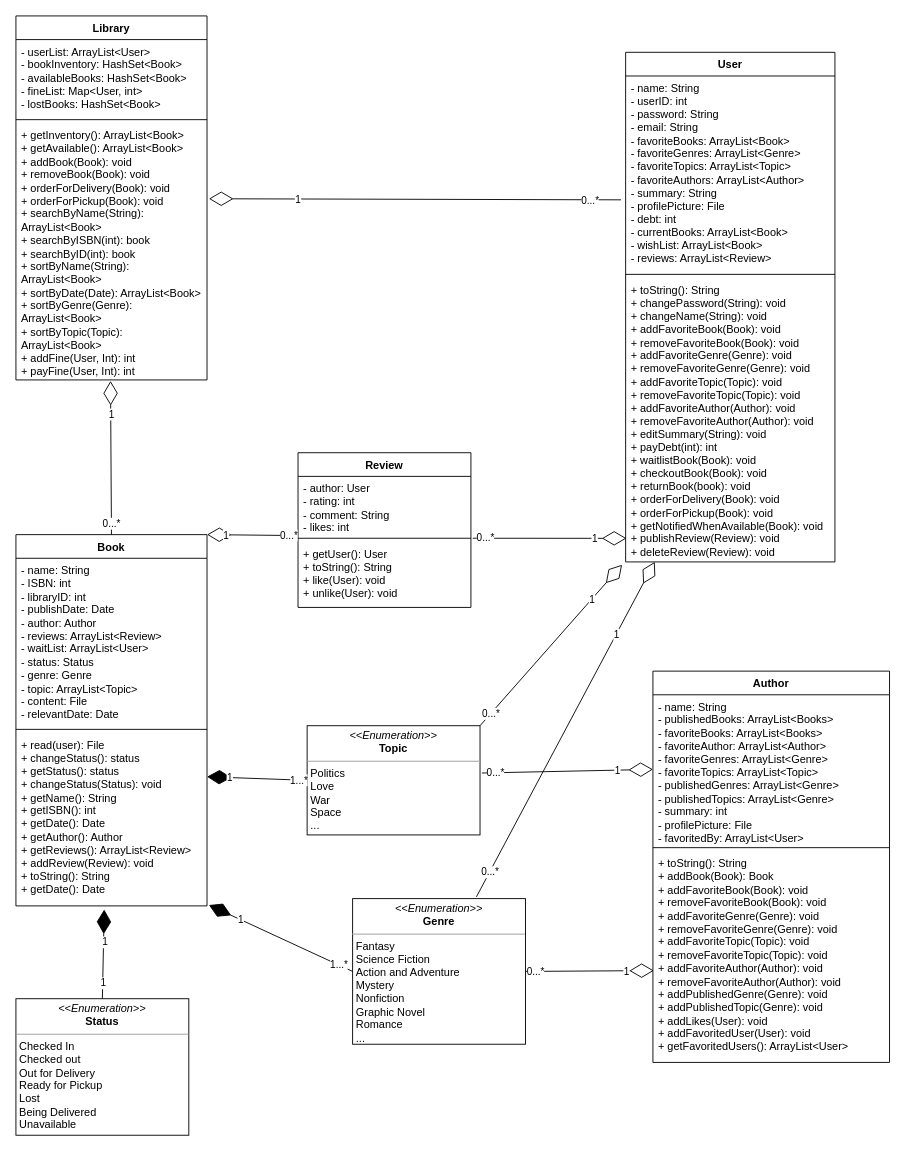
Above: diagrams/LibraryClassDiagram.drawio in talalzeini/CS151-Library-Management-System (draw.io), before the change. Source tidied: cells renumbered, new cells numbered last; positions are measured from the earlier drawing's top-left corner, leaving out a move shared by most shapes. Both pictures are drawn from the tidied source at 91%, with x=0, y=0 at pixel (15, 15).
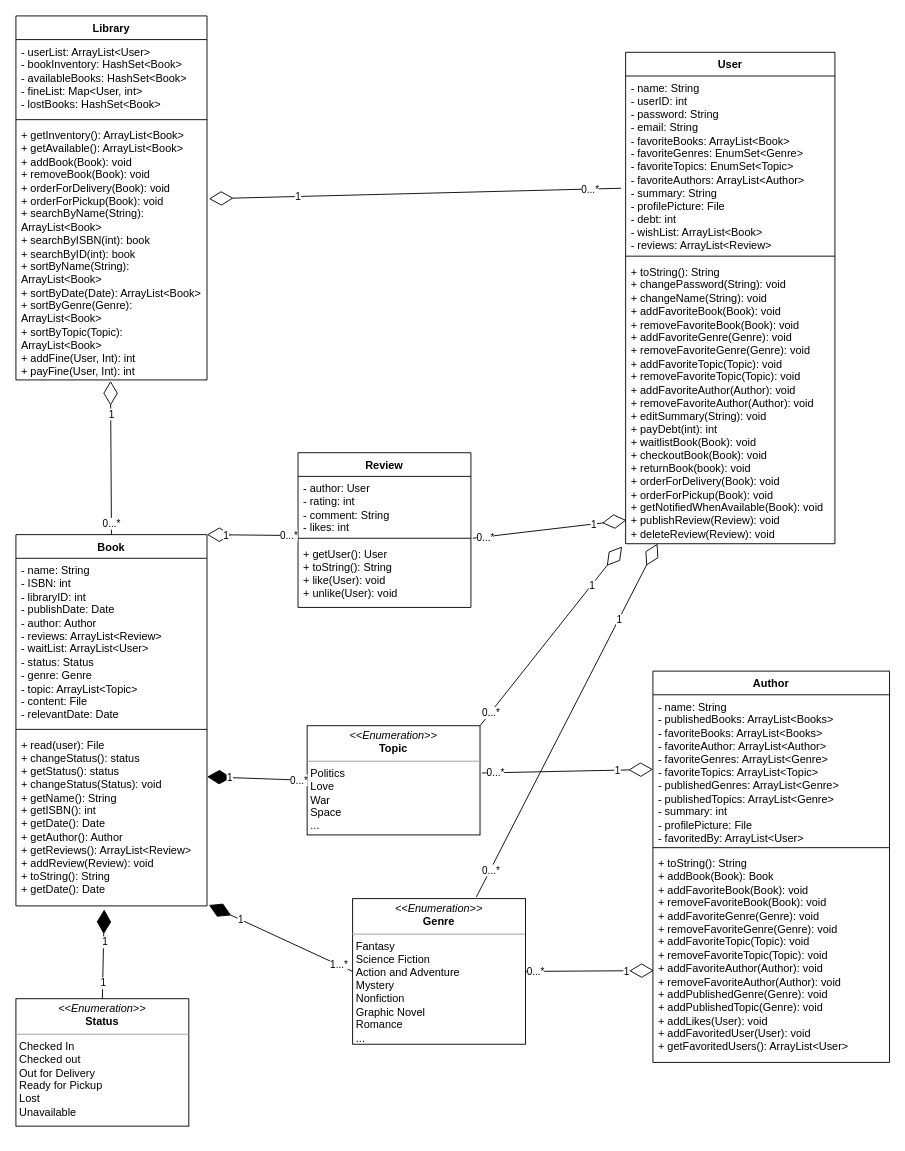
The same diagram, later.

Commit message (it also covers changes not shown here):
Implementations and basic changes according to UML diagram.

The change refers to these unchanged cells:
```xml
<mxCell id="37" style="endArrow=diamondThin;endFill=1;endSize=24;html=1;rounded=0;exitX=0;exitY=0.5;exitDx=0;exitDy=0;entryX=1;entryY=0.253;entryDx=0;entryDy=0;entryPerimeter=0;" parent="1" edge="1" source="7" target="11">
  <mxGeometry relative="1" as="geometry" />
</mxCell>
```

Diff of the diagram source:
```diff
@@
-    <mxCell id="12" value="&lt;p style=&quot;margin:0px;margin-top:4px;text-align:center;&quot;&gt;&lt;i&gt;&amp;lt;&amp;lt;Enumeration&amp;gt;&amp;gt;&lt;/i&gt;&lt;br&gt;&lt;b&gt;Status&lt;/b&gt;&lt;/p&gt;&lt;hr size=&quot;1&quot;&gt;&lt;p style=&quot;margin:0px;margin-left:4px;&quot;&gt;Checked In&lt;/p&gt;&lt;p style=&quot;margin:0px;margin-left:4px;&quot;&gt;Checked out&lt;/p&gt;&lt;p style=&quot;margin:0px;margin-left:4px;&quot;&gt;Out for Delivery&lt;/p&gt;&lt;p style=&quot;margin:0px;margin-left:4px;&quot;&gt;Ready for Pickup&lt;/p&gt;&lt;p style=&quot;margin:0px;margin-left:4px;&quot;&gt;Lost&lt;/p&gt;&lt;p style=&quot;margin:0px;margin-left:4px;&quot;&gt;Being Delivered&lt;/p&gt;&lt;p style=&quot;margin:0px;margin-left:4px;&quot;&gt;Unavailable&lt;/p&gt;" style="verticalAlign=top;align=left;overflow=fill;fontSize=12;fontFamily=Helvetica;html=1;whiteSpace=wrap;" parent="1" vertex="1">
-      <mxGeometry y="1080" width="190" height="150" as="geometry" />
+    <mxCell id="12" value="&lt;p style=&quot;margin:0px;margin-top:4px;text-align:center;&quot;&gt;&lt;i&gt;&amp;lt;&amp;lt;Enumeration&amp;gt;&amp;gt;&lt;/i&gt;&lt;br&gt;&lt;b&gt;Status&lt;/b&gt;&lt;/p&gt;&lt;hr size=&quot;1&quot;&gt;&lt;p style=&quot;margin:0px;margin-left:4px;&quot;&gt;Checked In&lt;/p&gt;&lt;p style=&quot;margin:0px;margin-left:4px;&quot;&gt;Checked out&lt;/p&gt;&lt;p style=&quot;margin:0px;margin-left:4px;&quot;&gt;Out for Delivery&lt;/p&gt;&lt;p style=&quot;margin:0px;margin-left:4px;&quot;&gt;Ready for Pickup&lt;/p&gt;&lt;p style=&quot;margin:0px;margin-left:4px;&quot;&gt;Lost&lt;/p&gt;&lt;p style=&quot;margin:0px;margin-left:4px;&quot;&gt;Unavailable&lt;/p&gt;" style="verticalAlign=top;align=left;overflow=fill;fontSize=12;fontFamily=Helvetica;html=1;whiteSpace=wrap;" parent="1" vertex="1">
+      <mxGeometry y="1080" width="190" height="140" as="geometry" />
     </mxCell>
@@
     <mxCell id="17" value="User" style="swimlane;fontStyle=1;align=center;verticalAlign=top;horizontal=1;startSize=26;whiteSpace=wrap;html=1;" parent="1" vertex="1">
-      <mxGeometry x="670" y="40" width="230" height="560" as="geometry" />
+      <mxGeometry x="670" y="40" width="230" height="540" as="geometry" />
     </mxCell>
-    <mxCell id="18" value="- name: String&lt;br&gt;- userID: int&lt;br&gt;- password: String&lt;br&gt;- email: String&lt;br&gt;- favoriteBooks: ArrayList&amp;lt;Book&amp;gt;&lt;br&gt;- favoriteGenres: ArrayList&amp;lt;Genre&amp;gt;&lt;br&gt;- favoriteTopics: ArrayList&amp;lt;Topic&amp;gt;&lt;br&gt;- favoriteAuthors: ArrayList&amp;lt;Author&amp;gt;&lt;br&gt;- summary: String&lt;br&gt;- profilePicture: File&lt;br&gt;- debt: int&lt;br&gt;- currentBooks: ArrayList&amp;lt;Book&amp;gt;&lt;br&gt;- wishList: ArrayList&amp;lt;Book&amp;gt;&lt;br&gt;- reviews: ArrayList&amp;lt;Review&amp;gt;" style="text;strokeColor=none;fillColor=none;align=left;verticalAlign=top;spacingLeft=4;spacingRight=4;overflow=hidden;points=[[0,0.5],[1,0.5]];portConstraint=eastwest;whiteSpace=wrap;html=1;" parent="17" vertex="1">
-      <mxGeometry y="26" width="230" height="214" as="geometry" />
+    <mxCell id="18" value="- name: String&lt;br&gt;- userID: int&lt;br&gt;- password: String&lt;br&gt;- email: String&lt;br&gt;- favoriteBooks: ArrayList&amp;lt;Book&amp;gt;&lt;br&gt;- favoriteGenres: EnumSet&amp;lt;Genre&amp;gt;&lt;br&gt;- favoriteTopics: EnumSet&amp;lt;Topic&amp;gt;&lt;br&gt;- favoriteAuthors: ArrayList&amp;lt;Author&amp;gt;&lt;br&gt;- summary: String&lt;br&gt;- profilePicture: File&lt;br&gt;- debt: int&lt;br&gt;- wishList: ArrayList&amp;lt;Book&amp;gt;&lt;br&gt;- reviews: ArrayList&amp;lt;Review&amp;gt;" style="text;strokeColor=none;fillColor=none;align=left;verticalAlign=top;spacingLeft=4;spacingRight=4;overflow=hidden;points=[[0,0.5],[1,0.5]];portConstraint=eastwest;whiteSpace=wrap;html=1;" parent="17" vertex="1">
+      <mxGeometry y="26" width="230" height="194" as="geometry" />
     </mxCell>
     <mxCell id="19" style="line;strokeWidth=1;fillColor=none;align=left;verticalAlign=middle;spacingTop=-1;spacingLeft=3;spacingRight=3;labelPosition=right;strokeColor=inherit;" parent="17" vertex="1">
-      <mxGeometry y="240" width="230" height="8" as="geometry" />
+      <mxGeometry y="220" width="230" height="8" as="geometry" />
     </mxCell>
     <mxCell id="20" value="+ toString(): String&lt;br&gt;+ changePassword(String): void&lt;br&gt;+ changeName(String): void&lt;br&gt;+ addFavoriteBook(Book): void&lt;br&gt;+ removeFavoriteBook(Book): void&lt;br&gt;+ addFavoriteGenre(Genre): void&lt;br&gt;+ removeFavoriteGenre(Genre): void&lt;br&gt;+ addFavoriteTopic(Topic): void&lt;br&gt;+ removeFavoriteTopic(Topic): void&lt;br&gt;+ addFavoriteAuthor(Author): void&lt;br&gt;+ removeFavoriteAuthor(Author): void&lt;br&gt;+ editSummary(String): void&lt;br&gt;+ payDebt(int): int&lt;br&gt;+ waitlistBook(Book): void&lt;br&gt;+ checkoutBook(Book): void&lt;br&gt;+ returnBook(book): void&lt;br&gt;+ orderForDelivery(Book): void&lt;br&gt;+ orderForPickup(Book): void&lt;br&gt;+ getNotifiedWhenAvailable(Book): void&lt;br&gt;+ publishReview(Review): void&lt;br&gt;+ deleteReview(Review): void" style="text;strokeColor=none;fillColor=none;align=left;verticalAlign=top;spacingLeft=4;spacingRight=4;overflow=hidden;points=[[0,0.5],[1,0.5]];portConstraint=eastwest;whiteSpace=wrap;html=1;" parent="17" vertex="1">
-      <mxGeometry y="248" width="230" height="312" as="geometry" />
+      <mxGeometry y="228" width="230" height="312" as="geometry" />
     </mxCell>
@@
-    <mxCell id="39" value="1...*" style="edgeLabel;html=1;align=center;verticalAlign=middle;" parent="37" vertex="1">
+    <mxCell id="39" value="0...*" style="edgeLabel;html=1;align=center;verticalAlign=middle;" parent="37" vertex="1">
       <mxGeometry x="-0.81" y="-1" relative="1" as="geometry">
         <mxPoint y="1" as="offset" />
       </mxGeometry>
     </mxCell>
```
